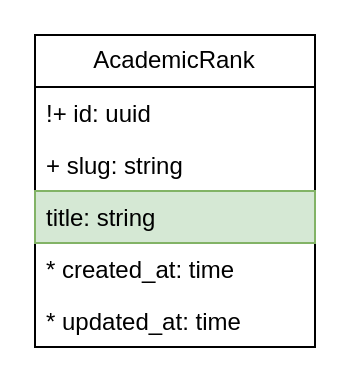
Above: page "Employee" (3 of 3) of docs/entity_relationship.drawio in IrusHunter/duckademic (draw.io), before the change. Source tidied: cells renumbered, new cells numbered last; positions are measured from the earlier drawing's top-left corner, leaving out a move shared by most shapes. Both pictures are drawn from the tidied source at 200%, with x=0, y=0 at pixel (34, 34).
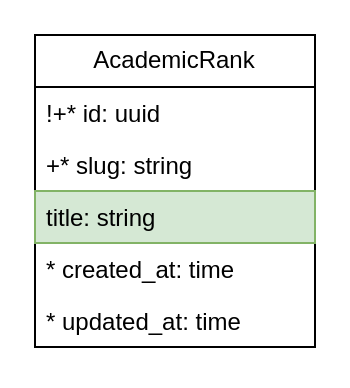
The same diagram, later.

The edit, as a diff of the source:
```diff
@@
 <mxGraphModel>
   <root>
     <mxCell id="0" />
     <mxCell id="1" parent="0" />
     <mxCell id="2" value="AcademicRank" style="swimlane;fontStyle=0;horizontal=1;startSize=26;fillColor=none;whiteSpace=wrap;html=1;" parent="1" vertex="1">
       <mxGeometry width="140" height="156" as="geometry" />
     </mxCell>
-    <mxCell id="3" value="!+&amp;nbsp;id: uuid" style="text;strokeColor=none;fillColor=none;align=left;verticalAlign=top;spacingLeft=4;spacingRight=4;overflow=hidden;whiteSpace=wrap;html=1;" parent="2" vertex="1">
+    <mxCell id="3" value="!+* id: uuid" style="text;strokeColor=none;fillColor=none;align=left;verticalAlign=top;spacingLeft=4;spacingRight=4;overflow=hidden;whiteSpace=wrap;html=1;" parent="2" vertex="1">
       <mxGeometry y="26" width="140" height="26" as="geometry" />
     </mxCell>
-    <mxCell id="4" value="+ slug: string" style="text;strokeColor=none;fillColor=none;align=left;verticalAlign=top;spacingLeft=4;spacingRight=4;overflow=hidden;whiteSpace=wrap;html=1;" parent="2" vertex="1">
+    <mxCell id="4" value="+* slug: string" style="text;strokeColor=none;fillColor=none;align=left;verticalAlign=top;spacingLeft=4;spacingRight=4;overflow=hidden;whiteSpace=wrap;html=1;" parent="2" vertex="1">
       <mxGeometry y="52" width="140" height="26" as="geometry" />
     </mxCell>
     <mxCell id="5" value="title: string" style="text;strokeColor=#82b366;fillColor=#d5e8d4;align=left;verticalAlign=top;spacingLeft=4;spacingRight=4;overflow=hidden;whiteSpace=wrap;html=1;" parent="2" vertex="1">
       <mxGeometry y="78" width="140" height="26" as="geometry" />
     </mxCell>
     <mxCell id="6" value="* created_at: time" style="text;strokeColor=none;fillColor=none;align=left;verticalAlign=top;spacingLeft=4;spacingRight=4;overflow=hidden;whiteSpace=wrap;html=1;" parent="2" vertex="1">
       <mxGeometry y="104" width="140" height="26" as="geometry" />
     </mxCell>
     <mxCell id="7" value="* updated_at: time" style="text;strokeColor=none;fillColor=none;align=left;verticalAlign=top;spacingLeft=4;spacingRight=4;overflow=hidden;whiteSpace=wrap;html=1;" parent="2" vertex="1">
       <mxGeometry y="130" width="140" height="26" as="geometry" />
     </mxCell>
   </root>
 </mxGraphModel>
```
